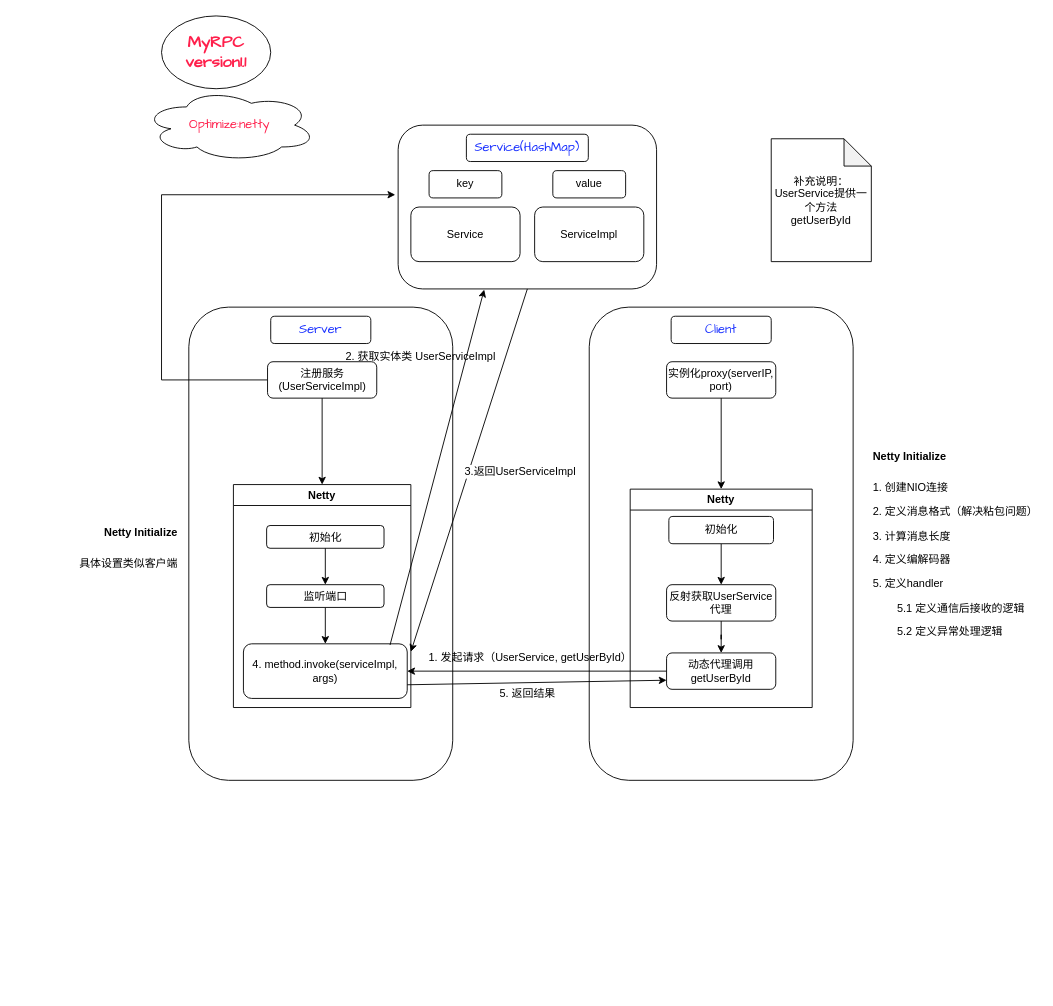
hourhl/Draw-io keeps this draw.io diagram as MyRPC/MyRpc-version1.2.drawio. Above is the earlier version. Source tidied: cells renumbered, new cells numbered last; positions are measured from the earlier drawing's top-left corner, leaving out a move shared by most shapes. Both pictures are drawn from the tidied source at 91%, with x=0, y=0 at pixel (15, 15).
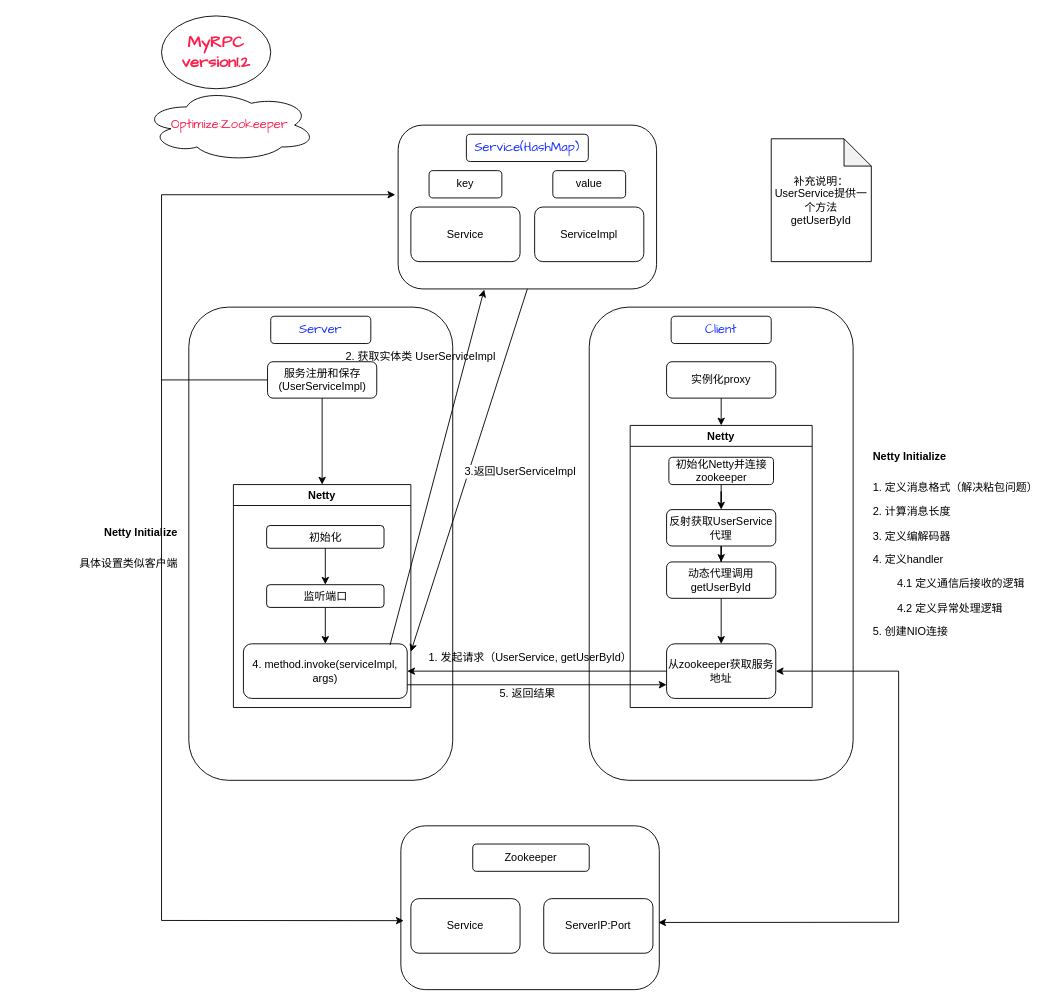
The same page after the edit.

The change refers to these unchanged cells:
```xml
<mxCell id="25" value="4. method.invoke(serviceImpl, args)" style="rounded=1;whiteSpace=wrap;html=1;" parent="21" vertex="1">
  <mxGeometry x="11" y="175" width="180" height="60" as="geometry" />
</mxCell>
```

The edit, as a diff of the source:
```diff
@@
-    <mxCell id="12" value="&lt;h2&gt;&lt;font color=&quot;#ff1f4b&quot; style=&quot;font-size: 18px;&quot; face=&quot;Comic Sans MS&quot;&gt;MyRPC&lt;br&gt;version1.1&lt;/font&gt;&lt;/h2&gt;" style="ellipse;whiteSpace=wrap;html=1;" parent="1" vertex="1">
+    <mxCell id="12" value="&lt;h2&gt;&lt;font color=&quot;#ff1f4b&quot; style=&quot;font-size: 18px;&quot; face=&quot;Comic Sans MS&quot;&gt;MyRPC&lt;br&gt;version1.2&lt;/font&gt;&lt;/h2&gt;" style="ellipse;whiteSpace=wrap;html=1;" parent="1" vertex="1">
       <mxGeometry x="160" width="120" height="80" as="geometry" />
     </mxCell>
@@
-    <mxCell id="14" value="注册服务(UserServiceImpl)" style="rounded=1;whiteSpace=wrap;html=1;" parent="1" vertex="1">
+    <mxCell id="14" value="服务注册和保存(UserServiceImpl)" style="rounded=1;whiteSpace=wrap;html=1;" parent="1" vertex="1">
       <mxGeometry x="276.5" y="380" width="120" height="40" as="geometry" />
     </mxCell>
-    <mxCell id="15" value="实例化proxy(serverIP, port)" style="rounded=1;whiteSpace=wrap;html=1;" parent="1" vertex="1">
+    <mxCell id="15" value="实例化proxy" style="rounded=1;whiteSpace=wrap;html=1;" parent="1" vertex="1">
       <mxGeometry x="715" y="380" width="120" height="40" as="geometry" />
     </mxCell>
@@
     <mxCell id="17" value="反射获取UserService代理" style="rounded=1;whiteSpace=wrap;html=1;" parent="1" vertex="1">
-      <mxGeometry x="715" y="625" width="120" height="40" as="geometry" />
+      <mxGeometry x="715" y="542.5" width="120" height="40" as="geometry" />
     </mxCell>
@@
+    <mxCell id="42" style="edgeStyle=orthogonalEdgeStyle;rounded=0;jettySize=auto;html=1;" parent="1" edge="1" source="19" target="43">
+      <mxGeometry relative="1" as="geometry" />
+    </mxCell>
     <mxCell id="19" value="动态代理调用getUserById" style="rounded=1;whiteSpace=wrap;html=1;" parent="1" vertex="1">
-      <mxGeometry x="715" y="700" width="120" height="40" as="geometry" />
+      <mxGeometry x="715" y="600" width="120" height="40" as="geometry" />
     </mxCell>
@@
-    <mxCell id="30" value="&lt;font style=&quot;font-size: 14px; color: rgb(255, 31, 75);&quot; face=&quot;Comic Sans MS&quot;&gt;Optimize:netty&lt;/font&gt;" style="ellipse;shape=cloud;whiteSpace=wrap;html=1;" parent="1" vertex="1">
+    <mxCell id="30" value="&lt;font style=&quot;font-size: 14px; color: rgb(255, 31, 75);&quot; face=&quot;Comic Sans MS&quot;&gt;Optimize:Zookeeper&lt;/font&gt;" style="ellipse;shape=cloud;whiteSpace=wrap;html=1;" parent="1" vertex="1">
       <mxGeometry x="140" y="80" width="190" height="80" as="geometry" />
     </mxCell>
-    <mxCell id="31" value="&lt;h1 style=&quot;margin-top: 0px;&quot;&gt;&lt;font style=&quot;font-size: 12px;&quot;&gt;Netty Initialize&lt;/font&gt;&lt;/h1&gt;&lt;p&gt;&lt;font&gt;1. 创建NIO连接&lt;/font&gt;&lt;/p&gt;&lt;p&gt;&lt;font&gt;2. 定义消息格式（解决粘包问题）&lt;/font&gt;&lt;/p&gt;&lt;p&gt;&lt;font&gt;3. 计算消息长度&lt;/font&gt;&lt;/p&gt;&lt;p&gt;&lt;font&gt;4. 定义编解码器&lt;/font&gt;&lt;/p&gt;&lt;p&gt;&lt;font&gt;5. 定义handler&lt;/font&gt;&lt;/p&gt;&lt;p&gt;&lt;font&gt;&lt;span style=&quot;white-space: pre;&quot;&gt;&#9;&lt;/span&gt;5.1 定义通信后接收的逻辑&lt;br&gt;&lt;/font&gt;&lt;/p&gt;&lt;p&gt;&lt;font style=&quot;&quot;&gt;&lt;font&gt;&lt;span style=&quot;white-space: pre;&quot;&gt;&#9;&lt;/span&gt;5.2 定义异常处理逻辑&lt;/font&gt;&lt;br&gt;&lt;/font&gt;&lt;/p&gt;" style="text;html=1;whiteSpace=wrap;overflow=hidden;rounded=0;" parent="1" vertex="1">
+    <mxCell id="31" value="&lt;h1 style=&quot;margin-top: 0px;&quot;&gt;&lt;font style=&quot;font-size: 12px;&quot;&gt;Netty Initialize&lt;/font&gt;&lt;/h1&gt;&lt;p&gt;&lt;span style=&quot;background-color: transparent; color: light-dark(rgb(0, 0, 0), rgb(255, 255, 255));&quot;&gt;1. 定义消息格式（解决粘包问题）&lt;/span&gt;&lt;/p&gt;&lt;p&gt;&lt;font&gt;2. 计算消息长度&lt;/font&gt;&lt;/p&gt;&lt;p&gt;&lt;font&gt;3. 定义编解码器&lt;/font&gt;&lt;/p&gt;&lt;p&gt;&lt;font&gt;4. 定义handler&lt;/font&gt;&lt;/p&gt;&lt;p&gt;&lt;font&gt;&lt;span style=&quot;white-space: pre;&quot;&gt;&#9;&lt;/span&gt;4.1 定义通信后接收的逻辑&lt;br&gt;&lt;/font&gt;&lt;/p&gt;&lt;p&gt;&lt;font style=&quot;&quot;&gt;&lt;font&gt;&lt;span style=&quot;white-space: pre;&quot;&gt;&#9;&lt;/span&gt;4.2 定义异常处理逻辑&lt;/font&gt;&lt;br&gt;&lt;/font&gt;&lt;/p&gt;&lt;p&gt;&lt;font style=&quot;&quot;&gt;&lt;font&gt;5. 创建NIO连接&lt;/font&gt;&lt;/font&gt;&lt;/p&gt;" style="text;html=1;whiteSpace=wrap;overflow=hidden;rounded=0;" parent="1" vertex="1">
       <mxGeometry x="940" y="460" width="180" height="320" as="geometry" />
     </mxCell>
     <mxCell id="32" value="Netty" style="swimlane;whiteSpace=wrap;html=1;" parent="1" vertex="1">
-      <mxGeometry x="675" y="520" width="200" height="240" as="geometry" />
+      <mxGeometry x="675" y="450" width="200" height="310" as="geometry" />
     </mxCell>
+    <mxCell id="37" value="初始化Netty并连接zookeeper" style="rounded=1;whiteSpace=wrap;html=1;" parent="32" vertex="1">
+      <mxGeometry x="42.5" y="35" width="115" height="30" as="geometry" />
+    </mxCell>
+    <mxCell id="43" value="从zookeeper获取服务地址" style="rounded=1;whiteSpace=wrap;html=1;" parent="32" vertex="1">
+      <mxGeometry x="40" y="240" width="120" height="60" as="geometry" />
+    </mxCell>
@@
-    <mxCell id="37" value="初始化" style="rounded=1;whiteSpace=wrap;html=1;" parent="1" vertex="1">
-      <mxGeometry x="717.5" y="550" width="115" height="30" as="geometry" />
-    </mxCell>
-    <mxCell id="38" style="endArrow=classic;html=1;rounded=0;exitX=0;exitY=0.5;exitDx=0;exitDy=0;entryX=1;entryY=0.5;entryDx=0;entryDy=0;" parent="1" edge="1" source="19" target="25">
+    <mxCell id="38" style="endArrow=classic;html=1;rounded=0;exitX=0;exitY=0.5;exitDx=0;exitDy=0;entryX=1;entryY=0.5;entryDx=0;entryDy=0;" parent="1" edge="1" source="43" target="25">
       <mxGeometry relative="1" as="geometry" />
     </mxCell>
@@
-    <mxCell id="40" style="endArrow=classic;html=1;rounded=0;exitX=1;exitY=0.75;exitDx=0;exitDy=0;entryX=0;entryY=0.75;entryDx=0;entryDy=0;" parent="1" edge="1" source="25" target="19">
+    <mxCell id="40" style="endArrow=classic;html=1;rounded=0;exitX=1;exitY=0.75;exitDx=0;exitDy=0;entryX=0;entryY=0.75;entryDx=0;entryDy=0;" parent="1" edge="1" source="25" target="43">
       <mxGeometry relative="1" as="geometry" />
     </mxCell>
@@
+    <mxCell id="44" value="&lt;div&gt;&lt;br&gt;&lt;/div&gt;" style="rounded=1;whiteSpace=wrap;html=1;" parent="1" vertex="1">
+      <mxGeometry x="423" y="890" width="284" height="180" as="geometry" />
+    </mxCell>
+    <mxCell id="45" value="Zookeeper" style="rounded=1;whiteSpace=wrap;html=1;" parent="1" vertex="1">
+      <mxGeometry x="502" y="910" width="128" height="30" as="geometry" />
+    </mxCell>
+    <mxCell id="46" value="Service" style="rounded=1;whiteSpace=wrap;html=1;" parent="1" vertex="1">
+      <mxGeometry x="434" y="970" width="120" height="60" as="geometry" />
+    </mxCell>
+    <mxCell id="47" value="ServerIP:Port" style="rounded=1;whiteSpace=wrap;html=1;" parent="1" vertex="1">
+      <mxGeometry x="580" y="970" width="120" height="60" as="geometry" />
+    </mxCell>
+    <mxCell id="48" style="endArrow=classic;html=1;rounded=0;entryX=0.011;entryY=0.579;entryDx=0;entryDy=0;entryPerimeter=0;" parent="1" edge="1" target="44">
+      <mxGeometry relative="1" as="geometry">
+        <mxPoint x="160" y="400" as="sourcePoint" />
+        <Array as="points">
+          <mxPoint x="160" y="994" />
+        </Array>
+      </mxGeometry>
+    </mxCell>
+    <mxCell id="49" style="endArrow=classic;startArrow=classic;html=1;rounded=0;entryX=1;entryY=0.5;entryDx=0;entryDy=0;exitX=0.996;exitY=0.59;exitDx=0;exitDy=0;exitPerimeter=0;" parent="1" edge="1" source="44" target="43">
+      <mxGeometry relative="1" as="geometry">
+        <Array as="points">
+          <mxPoint x="970" y="996" />
+          <mxPoint x="970" y="720" />
+        </Array>
+      </mxGeometry>
+    </mxCell>
```
